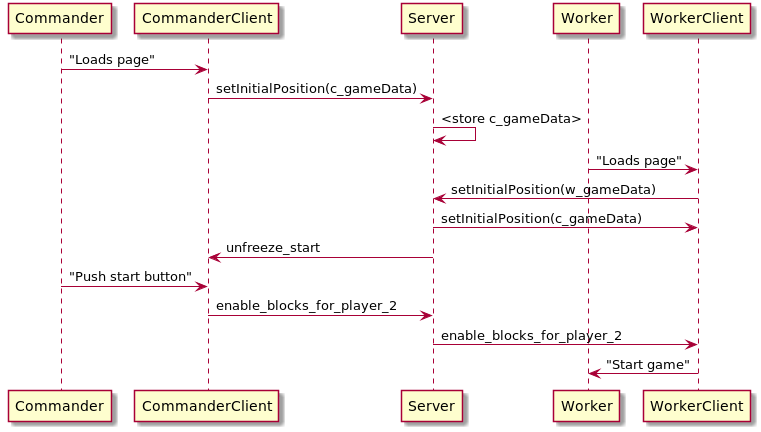
Earlier version of the PlantUML export docs/connecting.png (jcolemang/rhit-xprize-blocksworld). Source of this version:
```plantuml
@startuml
Commander -> CommanderClient: "Loads page"
CommanderClient -> Server: setInitialPosition(c_gameData)
Server -> Server: <store c_gameData>
Worker -> WorkerClient: "Loads page"
WorkerClient -> Server: setInitialPosition(w_gameData)
Server -> WorkerClient: setInitialPosition(c_gameData)
Server -> CommanderClient: unfreeze_start
Commander -> CommanderClient: "Push start button"
CommanderClient -> Server: enable_blocks_for_player_2
Server -> WorkerClient: enable_blocks_for_player_2
WorkerClient -> Worker: "Start game"
@enduml
```
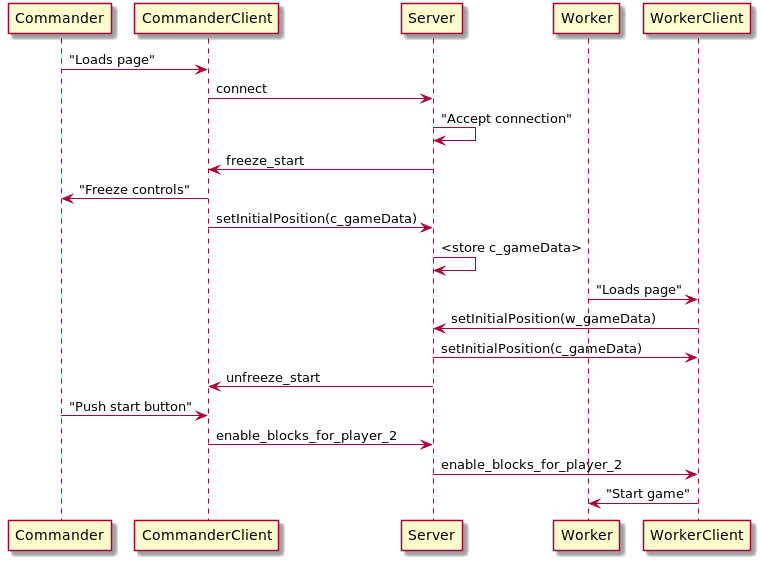
Later version of the same file.

Commit message:
Added connect and freeze_start to the connection sequence diagram.

What changed in the source:
```diff
@@ -1,5 +1,9 @@
 @startuml
 Commander -> CommanderClient: "Loads page"
+CommanderClient -> Server: connect
+Server -> Server: "Accept connection"
+Server -> CommanderClient: freeze_start
+CommanderClient -> Commander: "Freeze controls"
 CommanderClient -> Server: setInitialPosition(c_gameData)
 Server -> Server: <store c_gameData>
 Worker -> WorkerClient: "Loads page"
```
